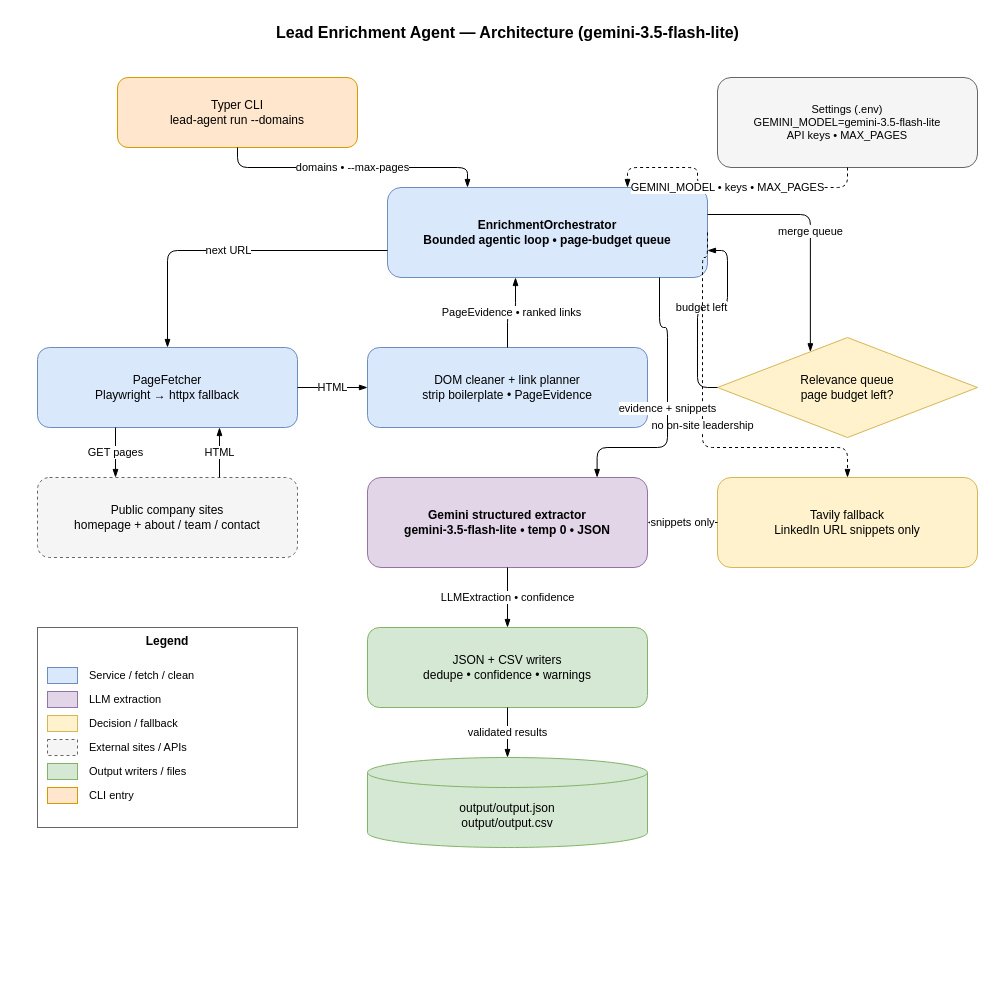
This is docs/architecture.drawio from getdownandcode/lead-enrichment-agent, a draw.io file, before an edit. Source tidied: cells renumbered, new cells numbered last; positions are measured from the earlier drawing's top-left corner, leaving out a move shared by most shapes. Both pictures are drawn from the tidied source at 100%, with x=0, y=0 at pixel (37, 17).
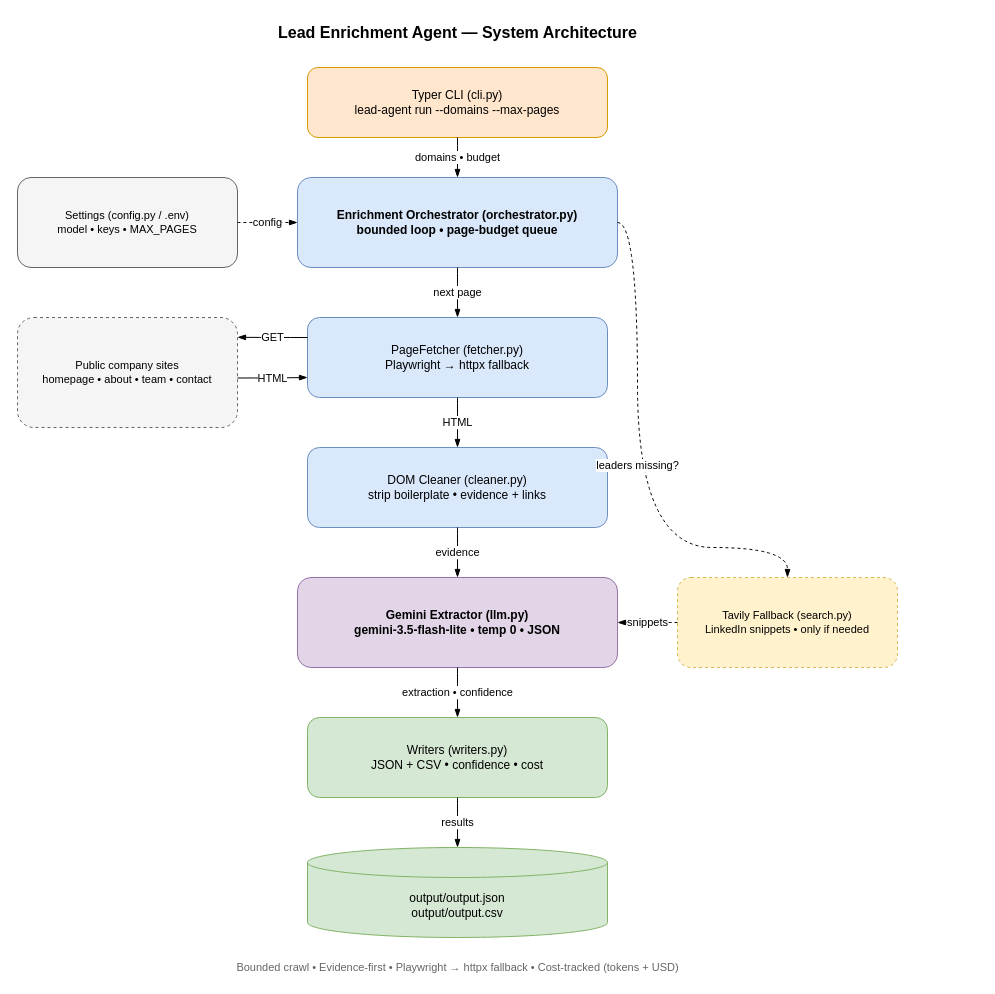
Above is the later version.

Commit message (it also covers changes not shown here):
docs: rebuild architecture diagram as clean vertical stack of real modules

Diff of the diagram source:
```diff
@@
-    <mxCell id="2" value="Lead Enrichment Agent — Architecture (gemini-3.5-flash-lite)" style="text;html=1;align=center;verticalAlign=middle;fontStyle=1;fontSize=16;fontFamily=Helvetica;" parent="1" vertex="1">
-      <mxGeometry width="940" height="30" as="geometry" />
+    <mxCell id="2" value="Lead Enrichment Agent — System Architecture" style="text;html=1;align=center;verticalAlign=middle;fontStyle=1;fontSize=16;fontFamily=Helvetica;" parent="1" vertex="1">
+      <mxGeometry width="840" height="30" as="geometry" />
     </mxCell>
-    <mxCell id="3" value="Typer CLI&#10;lead-agent run --domains" style="rounded=1;whiteSpace=wrap;html=1;fillColor=#ffe6cc;strokeColor=#d79b00;fontFamily=Helvetica;fontSize=12;" parent="1" vertex="1">
-      <mxGeometry x="80" y="60" width="240" height="70" as="geometry" />
+    <mxCell id="3" value="Typer CLI (cli.py)&#10;lead-agent run --domains --max-pages" style="rounded=1;whiteSpace=wrap;html=1;fillColor=#ffe6cc;strokeColor=#d79b00;fontFamily=Helvetica;fontSize=12;" parent="1" vertex="1">
+      <mxGeometry x="270" y="50" width="300" height="70" as="geometry" />
     </mxCell>
-    <mxCell id="4" value="Settings (.env)&#10;GEMINI_MODEL=gemini-3.5-flash-lite&#10;API keys • MAX_PAGES" style="rounded=1;whiteSpace=wrap;html=1;fillColor=#f5f5f5;strokeColor=#666666;fontFamily=Helvetica;fontSize=11;" parent="1" vertex="1">
-      <mxGeometry x="680" y="60" width="260" height="90" as="geometry" />
-    </mxCell>
-    <mxCell id="5" value="EnrichmentOrchestrator&#10;Bounded agentic loop • page-budget queue" style="rounded=1;whiteSpace=wrap;html=1;fillColor=#dae8fc;strokeColor=#6c8ebf;fontStyle=1;fontFamily=Helvetica;fontSize=12;" parent="1" vertex="1">
-      <mxGeometry x="350" y="170" width="320" height="90" as="geometry" />
+    <mxCell id="5" value="Enrichment Orchestrator (orchestrator.py)&#10;bounded loop • page-budget queue" style="rounded=1;whiteSpace=wrap;html=1;fillColor=#dae8fc;strokeColor=#6c8ebf;fontStyle=1;fontFamily=Helvetica;fontSize=12;" parent="1" vertex="1">
+      <mxGeometry x="260" y="160" width="320" height="90" as="geometry" />
     </mxCell>
-    <mxCell id="6" value="PageFetcher&#10;Playwright → httpx fallback" style="rounded=1;whiteSpace=wrap;html=1;fillColor=#dae8fc;strokeColor=#6c8ebf;fontFamily=Helvetica;fontSize=12;" parent="1" vertex="1">
-      <mxGeometry y="330" width="260" height="80" as="geometry" />
+    <mxCell id="6" value="PageFetcher (fetcher.py)&#10;Playwright → httpx fallback" style="rounded=1;whiteSpace=wrap;html=1;fillColor=#dae8fc;strokeColor=#6c8ebf;fontFamily=Helvetica;fontSize=12;" parent="1" vertex="1">
+      <mxGeometry x="270" y="300" width="300" height="80" as="geometry" />
     </mxCell>
-    <mxCell id="7" value="DOM cleaner + link planner&#10;strip boilerplate • PageEvidence" style="rounded=1;whiteSpace=wrap;html=1;fillColor=#dae8fc;strokeColor=#6c8ebf;fontFamily=Helvetica;fontSize=12;" parent="1" vertex="1">
-      <mxGeometry x="330" y="330" width="280" height="80" as="geometry" />
+    <mxCell id="7" value="DOM Cleaner (cleaner.py)&#10;strip boilerplate • evidence + links" style="rounded=1;whiteSpace=wrap;html=1;fillColor=#dae8fc;strokeColor=#6c8ebf;fontFamily=Helvetica;fontSize=12;" parent="1" vertex="1">
+      <mxGeometry x="270" y="430" width="300" height="80" as="geometry" />
     </mxCell>
-    <mxCell id="8" value="Relevance queue&#10;page budget left?" style="rhombus;whiteSpace=wrap;html=1;fillColor=#fff2cc;strokeColor=#d6b656;fontFamily=Helvetica;fontSize=12;" parent="1" vertex="1">
-      <mxGeometry x="680" y="320" width="260" height="100" as="geometry" />
+    <mxCell id="8" value="Gemini Extractor (llm.py)&#10;gemini-3.5-flash-lite • temp 0 • JSON" style="rounded=1;whiteSpace=wrap;html=1;fillColor=#e1d5e7;strokeColor=#9673a6;fontStyle=1;fontFamily=Helvetica;fontSize=12;" parent="1" vertex="1">
+      <mxGeometry x="260" y="560" width="320" height="90" as="geometry" />
     </mxCell>
-    <mxCell id="9" value="Public company sites&#10;homepage + about / team / contact" style="rounded=1;whiteSpace=wrap;html=1;fillColor=#f5f5f5;strokeColor=#666666;dashed=1;fontFamily=Helvetica;fontSize=12;" parent="1" vertex="1">
-      <mxGeometry y="460" width="260" height="80" as="geometry" />
+    <mxCell id="9" value="Writers (writers.py)&#10;JSON + CSV • confidence • cost" style="rounded=1;whiteSpace=wrap;html=1;fillColor=#d5e8d4;strokeColor=#82b366;fontFamily=Helvetica;fontSize=12;" parent="1" vertex="1">
+      <mxGeometry x="270" y="700" width="300" height="80" as="geometry" />
     </mxCell>
-    <mxCell id="10" value="Gemini structured extractor&#10;gemini-3.5-flash-lite • temp 0 • JSON" style="rounded=1;whiteSpace=wrap;html=1;fillColor=#e1d5e7;strokeColor=#9673a6;fontStyle=1;fontFamily=Helvetica;fontSize=12;" parent="1" vertex="1">
-      <mxGeometry x="330" y="460" width="280" height="90" as="geometry" />
+    <mxCell id="10" value="output/output.json&#10;output/output.csv" style="shape=cylinder3;whiteSpace=wrap;html=1;boundedLbl=1;fillColor=#d5e8d4;strokeColor=#82b366;fontFamily=Helvetica;fontSize=12;" parent="1" vertex="1">
+      <mxGeometry x="270" y="830" width="300" height="90" as="geometry" />
     </mxCell>
-    <mxCell id="11" value="Tavily fallback&#10;LinkedIn URL snippets only" style="rounded=1;whiteSpace=wrap;html=1;fillColor=#fff2cc;strokeColor=#d6b656;fontFamily=Helvetica;fontSize=12;" parent="1" vertex="1">
-      <mxGeometry x="680" y="460" width="260" height="90" as="geometry" />
+    <mxCell id="11" value="Settings (config.py / .env)&#10;model • keys • MAX_PAGES" style="rounded=1;whiteSpace=wrap;html=1;fillColor=#f5f5f5;strokeColor=#666666;fontFamily=Helvetica;fontSize=11;" parent="1" vertex="1">
+      <mxGeometry x="-20" y="160" width="220" height="90" as="geometry" />
     </mxCell>
+    <mxCell id="4" value="Public company sites&#10;homepage • about • team • contact" style="rounded=1;whiteSpace=wrap;html=1;fillColor=#f5f5f5;strokeColor=#666666;dashed=1;fontFamily=Helvetica;fontSize=11;" parent="1" vertex="1">
+      <mxGeometry x="-20" y="300" width="220" height="110" as="geometry" />
+    </mxCell>
-    <mxCell id="12" value="JSON + CSV writers&#10;dedupe • confidence • warnings" style="rounded=1;whiteSpace=wrap;html=1;fillColor=#d5e8d4;strokeColor=#82b366;fontFamily=Helvetica;fontSize=12;" parent="1" vertex="1">
-      <mxGeometry x="330" y="610" width="280" height="80" as="geometry" />
+    <mxCell id="12" value="Tavily Fallback (search.py)&#10;LinkedIn snippets • only if needed" style="rounded=1;whiteSpace=wrap;html=1;fillColor=#fff2cc;strokeColor=#d6b656;dashed=1;fontFamily=Helvetica;fontSize=11;" parent="1" vertex="1">
+      <mxGeometry x="640" y="560" width="220" height="90" as="geometry" />
     </mxCell>
-    <mxCell id="13" value="output/output.json&#10;output/output.csv" style="shape=cylinder3;whiteSpace=wrap;html=1;boundedLbl=1;fillColor=#d5e8d4;strokeColor=#82b366;fontFamily=Helvetica;fontSize=12;" parent="1" vertex="1">
-      <mxGeometry x="330" y="740" width="280" height="90" as="geometry" />
+    <mxCell id="13" value="Bounded crawl • Evidence-first • Playwright → httpx fallback • Cost-tracked (tokens + USD)" style="text;html=1;align=center;verticalAlign=middle;fontFamily=Helvetica;fontSize=11;fontColor=#666666;" parent="1" vertex="1">
+      <mxGeometry y="940" width="840" height="20" as="geometry" />
     </mxCell>
-    <mxCell id="14" value="Legend" style="rounded=0;whiteSpace=wrap;html=1;fillColor=none;strokeColor=#666666;verticalAlign=top;fontStyle=1;fontFamily=Helvetica;fontSize=12;" parent="1" vertex="1">
-      <mxGeometry y="610" width="260" height="200" as="geometry" />
-    </mxCell>
-    <mxCell id="15" style="rounded=0;html=1;fillColor=#dae8fc;strokeColor=#6c8ebf;" parent="14" vertex="1">
-      <mxGeometry x="10" y="40" width="30" height="16" as="geometry" />
-    </mxCell>
-    <mxCell id="16" value="Service / fetch / clean" style="text;html=1;align=left;verticalAlign=middle;fontFamily=Helvetica;fontSize=11;" parent="14" vertex="1">
-      <mxGeometry x="50" y="38" width="200" height="20" as="geometry" />
-    </mxCell>
-    <mxCell id="17" style="rounded=0;html=1;fillColor=#e1d5e7;strokeColor=#9673a6;" parent="14" vertex="1">
-      <mxGeometry x="10" y="64" width="30" height="16" as="geometry" />
-    </mxCell>
-    <mxCell id="18" value="LLM extraction" style="text;html=1;align=left;verticalAlign=middle;fontFamily=Helvetica;fontSize=11;" parent="14" vertex="1">
-      <mxGeometry x="50" y="62" width="200" height="20" as="geometry" />
-    </mxCell>
-    <mxCell id="19" style="rounded=0;html=1;fillColor=#fff2cc;strokeColor=#d6b656;" parent="14" vertex="1">
-      <mxGeometry x="10" y="88" width="30" height="16" as="geometry" />
-    </mxCell>
-    <mxCell id="20" value="Decision / fallback" style="text;html=1;align=left;verticalAlign=middle;fontFamily=Helvetica;fontSize=11;" parent="14" vertex="1">
-      <mxGeometry x="50" y="86" width="200" height="20" as="geometry" />
+    <mxCell id="20" value="domains • budget" style="edgeStyle=orthogonalEdgeStyle;rounded=1;jettySize=auto;curved=1;html=1;endArrow=blockThin;endFill=1;fontSize=11;labelBackgroundColor=#ffffff;exitX=0.5;exitY=1;exitDx=0;exitDy=0;entryX=0.5;entryY=0;entryDx=0;entryDy=0;" parent="1" edge="1" source="3" target="5">
+      <mxGeometry relative="1" as="geometry" />
     </mxCell>
-    <mxCell id="21" style="rounded=0;html=1;fillColor=#f5f5f5;strokeColor=#666666;dashed=1;" parent="14" vertex="1">
-      <mxGeometry x="10" y="112" width="30" height="16" as="geometry" />
+    <mxCell id="21" value="next page" style="edgeStyle=orthogonalEdgeStyle;rounded=1;jettySize=auto;curved=1;html=1;endArrow=blockThin;endFill=1;fontSize=11;labelBackgroundColor=#ffffff;exitX=0.5;exitY=1;exitDx=0;exitDy=0;entryX=0.5;entryY=0;entryDx=0;entryDy=0;" parent="1" edge="1" source="5" target="6">
+      <mxGeometry relative="1" as="geometry" />
     </mxCell>
-    <mxCell id="22" value="External sites / APIs" style="text;html=1;align=left;verticalAlign=middle;fontFamily=Helvetica;fontSize=11;" parent="14" vertex="1">
-      <mxGeometry x="50" y="110" width="200" height="20" as="geometry" />
+    <mxCell id="22" value="HTML" style="edgeStyle=orthogonalEdgeStyle;rounded=1;jettySize=auto;curved=1;html=1;endArrow=blockThin;endFill=1;fontSize=11;labelBackgroundColor=#ffffff;exitX=0.5;exitY=1;exitDx=0;exitDy=0;entryX=0.5;entryY=0;entryDx=0;entryDy=0;" parent="1" edge="1" source="6" target="7">
+      <mxGeometry relative="1" as="geometry" />
     </mxCell>
-    <mxCell id="23" style="rounded=0;html=1;fillColor=#d5e8d4;strokeColor=#82b366;" parent="14" vertex="1">
-      <mxGeometry x="10" y="136" width="30" height="16" as="geometry" />
+    <mxCell id="23" value="evidence" style="edgeStyle=orthogonalEdgeStyle;rounded=1;jettySize=auto;curved=1;html=1;endArrow=blockThin;endFill=1;fontSize=11;labelBackgroundColor=#ffffff;exitX=0.5;exitY=1;exitDx=0;exitDy=0;entryX=0.5;entryY=0;entryDx=0;entryDy=0;" parent="1" edge="1" source="7" target="8">
+      <mxGeometry relative="1" as="geometry" />
     </mxCell>
-    <mxCell id="24" value="Output writers / files" style="text;html=1;align=left;verticalAlign=middle;fontFamily=Helvetica;fontSize=11;" parent="14" vertex="1">
-      <mxGeometry x="50" y="134" width="200" height="20" as="geometry" />
+    <mxCell id="24" value="extraction • confidence" style="edgeStyle=orthogonalEdgeStyle;rounded=1;jettySize=auto;curved=1;html=1;endArrow=blockThin;endFill=1;fontSize=11;labelBackgroundColor=#ffffff;exitX=0.5;exitY=1;exitDx=0;exitDy=0;entryX=0.5;entryY=0;entryDx=0;entryDy=0;" parent="1" edge="1" source="8" target="9">
+      <mxGeometry relative="1" as="geometry" />
     </mxCell>
-    <mxCell id="25" style="rounded=0;html=1;fillColor=#ffe6cc;strokeColor=#d79b00;" parent="14" vertex="1">
-      <mxGeometry x="10" y="160" width="30" height="16" as="geometry" />
+    <mxCell id="25" value="results" style="edgeStyle=orthogonalEdgeStyle;rounded=1;jettySize=auto;curved=1;html=1;endArrow=blockThin;endFill=1;fontSize=11;labelBackgroundColor=#ffffff;exitX=0.5;exitY=1;exitDx=0;exitDy=0;entryX=0.5;entryY=0;entryDx=0;entryDy=0;" parent="1" edge="1" source="9" target="10">
+      <mxGeometry relative="1" as="geometry" />
     </mxCell>
-    <mxCell id="26" value="CLI entry" style="text;html=1;align=left;verticalAlign=middle;fontFamily=Helvetica;fontSize=11;" parent="14" vertex="1">
-      <mxGeometry x="50" y="158" width="200" height="20" as="geometry" />
+    <mxCell id="26" value="config" style="edgeStyle=orthogonalEdgeStyle;rounded=1;jettySize=auto;curved=1;html=1;endArrow=blockThin;endFill=1;fontSize=11;labelBackgroundColor=#ffffff;dashed=1;exitX=1;exitY=0.5;exitDx=0;exitDy=0;entryX=0;entryY=0.5;entryDx=0;entryDy=0;" parent="1" edge="1" source="11" target="5">
+      <mxGeometry relative="1" as="geometry" />
     </mxCell>
+    <mxCell id="41" value="GET" style="edgeStyle=orthogonalEdgeStyle;rounded=1;jettySize=auto;curved=1;html=1;endArrow=blockThin;endFill=1;fontSize=11;labelBackgroundColor=#ffffff;exitX=0;exitY=0.25;exitDx=0;exitDy=0;entryX=1;entryY=0.18;entryDx=0;entryDy=0;" parent="1" edge="1" source="6" target="4">
+      <mxGeometry relative="1" as="geometry" />
+    </mxCell>
+    <mxCell id="42" value="HTML" style="edgeStyle=orthogonalEdgeStyle;rounded=1;jettySize=auto;curved=1;html=1;endArrow=blockThin;endFill=1;fontSize=11;labelBackgroundColor=#ffffff;exitX=1;exitY=0.55;exitDx=0;exitDy=0;entryX=0;entryY=0.75;entryDx=0;entryDy=0;" parent="1" edge="1" source="4" target="6">
+      <mxGeometry relative="1" as="geometry" />
+    </mxCell>
+    <mxCell id="43" value="leaders missing?" style="edgeStyle=orthogonalEdgeStyle;rounded=1;jettySize=auto;curved=1;html=1;endArrow=blockThin;endFill=1;fontSize=11;labelBackgroundColor=#ffffff;dashed=1;exitX=1;exitY=0.5;exitDx=0;exitDy=0;entryX=0.5;entryY=0;entryDx=0;entryDy=0;" parent="1" edge="1" source="5" target="12">
+      <mxGeometry relative="1" as="geometry">
+        <Array as="points">
+          <mxPoint x="600" y="205" />
+          <mxPoint x="600" y="530" />
+          <mxPoint x="750" y="530" />
+        </Array>
+      </mxGeometry>
+    </mxCell>
-    <mxCell id="27" value="domains • --max-pages" style="edgeStyle=orthogonalEdgeStyle;rounded=1;jettySize=auto;html=1;endArrow=blockThin;endFill=1;fontSize=11;labelBackgroundColor=#ffffff;exitX=0.5;exitY=1;exitDx=0;exitDy=0;entryX=0.25;entryY=0;entryDx=0;entryDy=0;" parent="1" edge="1" source="3" target="5">
+    <mxCell id="27" value="snippets" style="edgeStyle=orthogonalEdgeStyle;rounded=1;jettySize=auto;curved=1;html=1;endArrow=blockThin;endFill=1;fontSize=11;labelBackgroundColor=#ffffff;dashed=1;exitX=0;exitY=0.5;exitDx=0;exitDy=0;entryX=1;entryY=0.5;entryDx=0;entryDy=0;" parent="1" edge="1" source="12" target="8">
       <mxGeometry relative="1" as="geometry" />
     </mxCell>
-    <mxCell id="28" value="GEMINI_MODEL • keys • MAX_PAGES" style="edgeStyle=orthogonalEdgeStyle;rounded=1;jettySize=auto;html=1;endArrow=blockThin;endFill=1;fontSize=11;labelBackgroundColor=#ffffff;dashed=1;exitX=0.5;exitY=1;exitDx=0;exitDy=0;entryX=0.75;entryY=0;entryDx=0;entryDy=0;" parent="1" edge="1" source="4" target="5">
-      <mxGeometry relative="1" as="geometry" />
-    </mxCell>
-    <mxCell id="29" value="next URL" style="edgeStyle=orthogonalEdgeStyle;rounded=1;jettySize=auto;html=1;endArrow=blockThin;endFill=1;fontSize=11;labelBackgroundColor=#ffffff;exitX=0;exitY=0.7;exitDx=0;exitDy=0;entryX=0.5;entryY=0;entryDx=0;entryDy=0;" parent="1" edge="1" source="5" target="6">
-      <mxGeometry relative="1" as="geometry" />
-    </mxCell>
-    <mxCell id="30" value="GET pages" style="edgeStyle=orthogonalEdgeStyle;rounded=1;jettySize=auto;html=1;endArrow=blockThin;endFill=1;fontSize=11;labelBackgroundColor=#ffffff;exitX=0.3;exitY=1;exitDx=0;exitDy=0;entryX=0.3;entryY=0;entryDx=0;entryDy=0;" parent="1" edge="1" source="6" target="9">
-      <mxGeometry relative="1" as="geometry" />
-    </mxCell>
-    <mxCell id="31" value="HTML" style="edgeStyle=orthogonalEdgeStyle;rounded=1;jettySize=auto;html=1;endArrow=blockThin;endFill=1;fontSize=11;labelBackgroundColor=#ffffff;exitX=0.7;exitY=0;exitDx=0;exitDy=0;entryX=0.7;entryY=1;entryDx=0;entryDy=0;" parent="1" edge="1" source="9" target="6">
-      <mxGeometry relative="1" as="geometry" />
-    </mxCell>
-    <mxCell id="32" value="HTML" style="edgeStyle=orthogonalEdgeStyle;rounded=1;jettySize=auto;html=1;endArrow=blockThin;endFill=1;fontSize=11;labelBackgroundColor=#ffffff;exitX=1;exitY=0.5;exitDx=0;exitDy=0;entryX=0;entryY=0.5;entryDx=0;entryDy=0;" parent="1" edge="1" source="6" target="7">
-      <mxGeometry relative="1" as="geometry" />
-    </mxCell>
-    <mxCell id="33" value="PageEvidence • ranked links" style="edgeStyle=orthogonalEdgeStyle;rounded=1;jettySize=auto;html=1;endArrow=blockThin;endFill=1;fontSize=11;labelBackgroundColor=#ffffff;exitX=0.5;exitY=0;exitDx=0;exitDy=0;entryX=0.4;entryY=1;entryDx=0;entryDy=0;" parent="1" edge="1" source="7" target="5">
-      <mxGeometry relative="1" as="geometry" />
-    </mxCell>
-    <mxCell id="34" value="merge queue" style="edgeStyle=orthogonalEdgeStyle;rounded=1;jettySize=auto;html=1;endArrow=blockThin;endFill=1;fontSize=11;labelBackgroundColor=#ffffff;exitX=1;exitY=0.3;exitDx=0;exitDy=0;entryX=0.3;entryY=0;entryDx=0;entryDy=0;" parent="1" edge="1" source="5" target="8">
-      <mxGeometry relative="1" as="geometry" />
-    </mxCell>
-    <mxCell id="35" value="budget left" style="edgeStyle=orthogonalEdgeStyle;rounded=1;jettySize=auto;html=1;endArrow=blockThin;endFill=1;fontSize=11;labelBackgroundColor=#ffffff;exitX=0;exitY=0.5;exitDx=0;exitDy=0;entryX=1;entryY=0.7;entryDx=0;entryDy=0;" parent="1" edge="1" source="8" target="5">
-      <mxGeometry relative="1" as="geometry" />
-    </mxCell>
-    <mxCell id="36" value="no on-site leadership" style="edgeStyle=orthogonalEdgeStyle;rounded=1;jettySize=auto;html=1;endArrow=blockThin;endFill=1;fontSize=11;labelBackgroundColor=#ffffff;dashed=1;exitX=1;exitY=0.5;exitDx=0;exitDy=0;entryX=0.5;entryY=0;entryDx=0;entryDy=0;" parent="1" edge="1" source="5" target="11">
-      <mxGeometry relative="1" as="geometry">
-        <Array as="points">
-          <mxPoint x="665" y="240" />
-          <mxPoint x="665" y="430" />
-          <mxPoint x="810" y="430" />
-        </Array>
-      </mxGeometry>
-    </mxCell>
-    <mxCell id="37" value="snippets only" style="edgeStyle=orthogonalEdgeStyle;rounded=1;jettySize=auto;html=1;endArrow=blockThin;endFill=1;fontSize=11;labelBackgroundColor=#ffffff;exitX=0;exitY=0.5;exitDx=0;exitDy=0;entryX=1;entryY=0.5;entryDx=0;entryDy=0;" parent="1" edge="1" source="11" target="10">
-      <mxGeometry relative="1" as="geometry" />
-    </mxCell>
-    <mxCell id="38" value="evidence + snippets" style="edgeStyle=orthogonalEdgeStyle;rounded=1;jettySize=auto;html=1;endArrow=blockThin;endFill=1;fontSize=11;labelBackgroundColor=#ffffff;exitX=0.85;exitY=1;exitDx=0;exitDy=0;entryX=0.82;entryY=0;entryDx=0;entryDy=0;" parent="1" edge="1" source="5" target="10">
-      <mxGeometry relative="1" as="geometry">
-        <Array as="points">
-          <mxPoint x="630" y="310" />
-          <mxPoint x="630" y="430" />
-          <mxPoint x="560" y="430" />
-        </Array>
-      </mxGeometry>
-    </mxCell>
-    <mxCell id="39" value="LLMExtraction • confidence" style="edgeStyle=orthogonalEdgeStyle;rounded=1;jettySize=auto;html=1;endArrow=blockThin;endFill=1;fontSize=11;labelBackgroundColor=#ffffff;exitX=0.5;exitY=1;exitDx=0;exitDy=0;entryX=0.5;entryY=0;entryDx=0;entryDy=0;" parent="1" edge="1" source="10" target="12">
-      <mxGeometry relative="1" as="geometry" />
-    </mxCell>
-    <mxCell id="40" value="validated results" style="edgeStyle=orthogonalEdgeStyle;rounded=1;jettySize=auto;html=1;endArrow=blockThin;endFill=1;fontSize=11;labelBackgroundColor=#ffffff;exitX=0.5;exitY=1;exitDx=0;exitDy=0;entryX=0.5;entryY=0;entryDx=0;entryDy=0;" parent="1" edge="1" source="12" target="13">
-      <mxGeometry relative="1" as="geometry" />
-    </mxCell>
```
